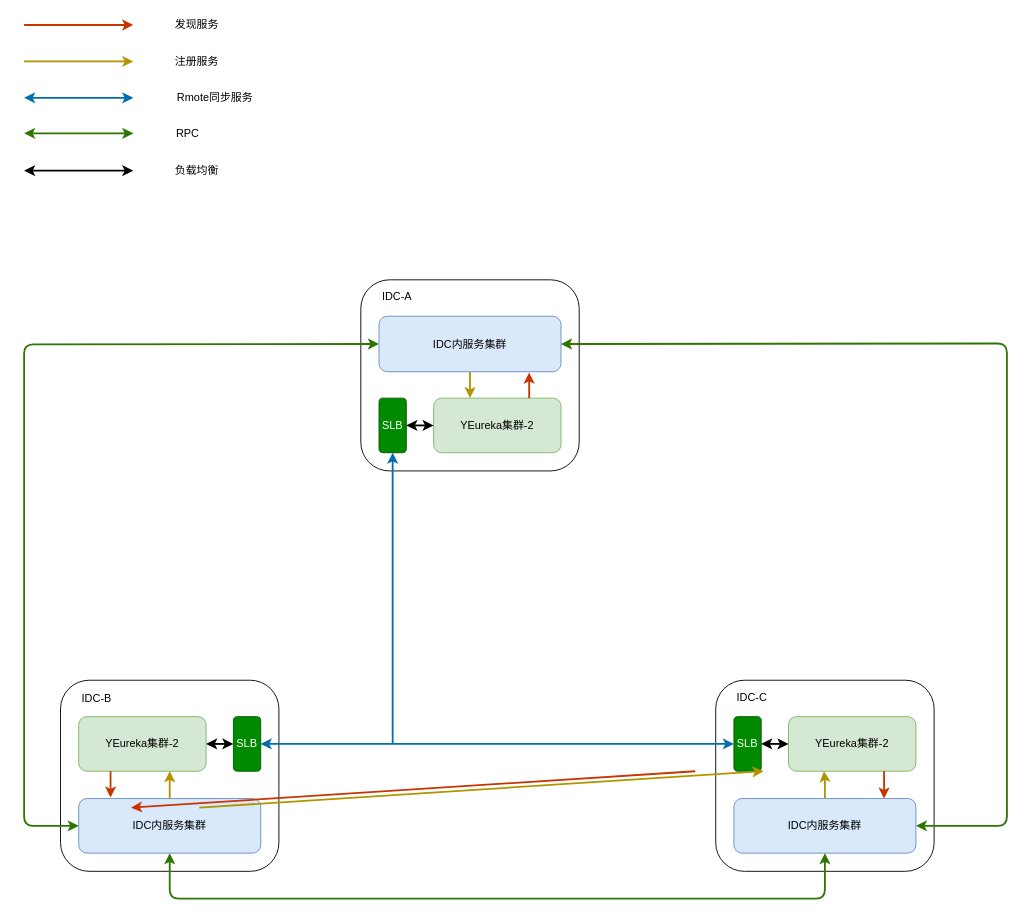
This is 发现服务去中心化拓扑图.drawio from Gred01/study, a draw.io file, before an edit. Source tidied: cells renumbered, new cells numbered last; positions are measured from the earlier drawing's top-left corner, leaving out a move shared by most shapes. Both pictures are drawn from the tidied source at 91%, with x=0, y=0 at pixel (24, 15).
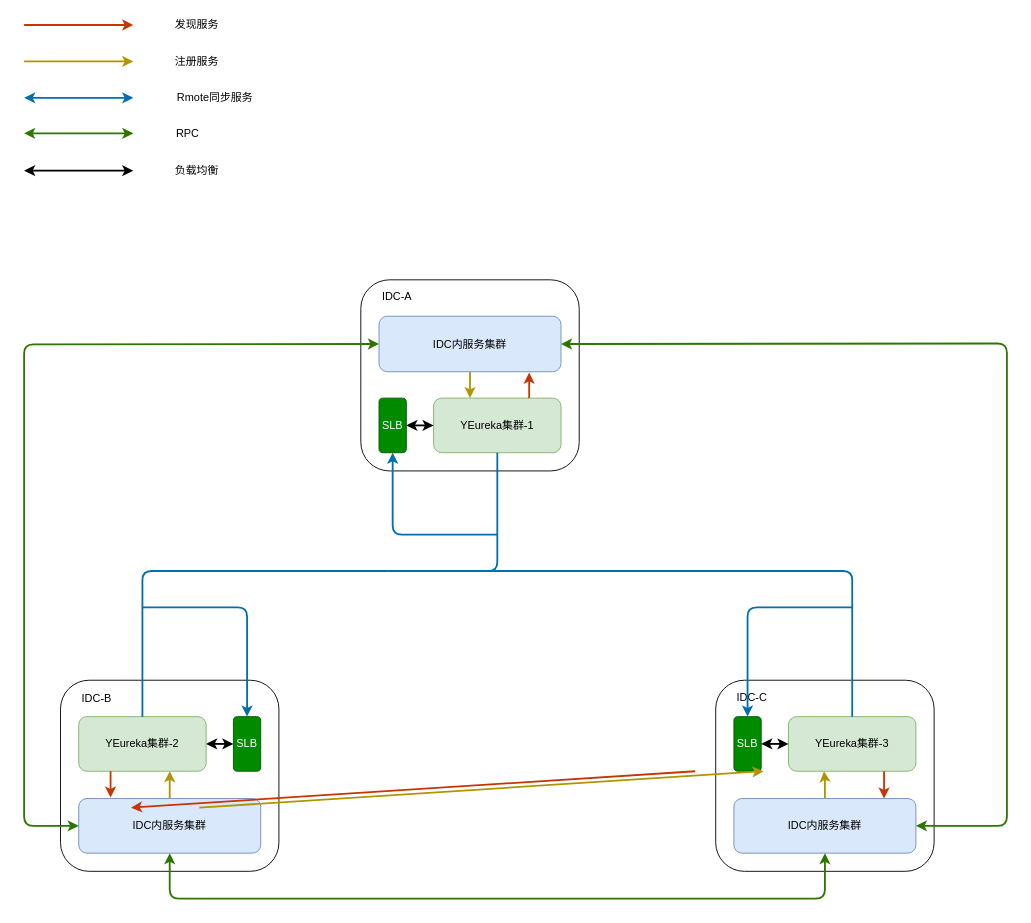
The same diagram, later.

Commit message:
Update 发现服务去中心化拓扑图.drawio

The change refers to these unchanged cells:
```xml
<mxCell id="3" style="group;rotation=0;" parent="1" vertex="1">
  <mxGeometry x="370" y="290" width="240" height="210" as="geometry" />
</mxCell>
<mxCell id="9" value="SLB" style="rounded=1;whiteSpace=wrap;html=1;fillColor=#008a00;strokeColor=#005700;fontColor=#ffffff;rotation=0;" parent="3" vertex="1">
  <mxGeometry x="20" y="130" width="30" height="60" as="geometry" />
</mxCell>
<mxCell id="12" style="group;rotation=0;" parent="1" vertex="1">
  <mxGeometry x="760" y="730" width="240" height="210" as="geometry" />
</mxCell>
<mxCell id="19" value="SLB" style="rounded=1;whiteSpace=wrap;html=1;fillColor=#008a00;strokeColor=#005700;fontColor=#ffffff;rotation=0;" parent="12" vertex="1">
  <mxGeometry x="20" y="40" width="30" height="60" as="geometry" />
</mxCell>
<mxCell id="22" value="YEureka集群-2" style="rounded=1;whiteSpace=wrap;html=1;fillColor=#d5e8d4;strokeColor=#82b366;" parent="1" vertex="1">
  <mxGeometry x="60" y="770" width="140" height="60" as="geometry" />
</mxCell>
<mxCell id="33" value="SLB" style="rounded=1;whiteSpace=wrap;html=1;fillColor=#008a00;strokeColor=#005700;fontColor=#ffffff;" parent="1" vertex="1">
  <mxGeometry x="230" y="770" width="30" height="60" as="geometry" />
</mxCell>
```

What changed in the source:
```diff
@@
-    <mxCell id="5" value="YEureka集群-2" style="rounded=1;whiteSpace=wrap;html=1;fillColor=#d5e8d4;strokeColor=#82b366;rotation=0;" parent="3" vertex="1">
+    <mxCell id="5" value="YEureka集群-1" style="rounded=1;whiteSpace=wrap;html=1;fillColor=#d5e8d4;strokeColor=#82b366;rotation=0;" parent="3" vertex="1">
       <mxGeometry x="80" y="130" width="140" height="60" as="geometry" />
     </mxCell>
@@
+    <mxCell id="48" style="endArrow=classic;html=1;strokeColor=#006EAF;strokeWidth=2;entryX=0.5;entryY=1;entryDx=0;entryDy=0;fillColor=#1ba1e2;" parent="3" edge="1" target="9">
+      <mxGeometry relative="1" as="geometry">
+        <mxPoint x="150" y="280" as="sourcePoint" />
+        <Array as="points">
+          <mxPoint x="35" y="280" />
+        </Array>
+      </mxGeometry>
+    </mxCell>
@@
-    <mxCell id="14" value="YEureka集群-2" style="rounded=1;whiteSpace=wrap;html=1;fillColor=#d5e8d4;strokeColor=#82b366;rotation=0;" parent="12" vertex="1">
+    <mxCell id="14" value="YEureka集群-3" style="rounded=1;whiteSpace=wrap;html=1;fillColor=#d5e8d4;strokeColor=#82b366;rotation=0;" parent="12" vertex="1">
       <mxGeometry x="80" y="40" width="140" height="60" as="geometry" />
     </mxCell>
@@
-    <mxCell id="26" style="endArrow=classic;startArrow=classic;html=1;fillColor=#1ba1e2;strokeColor=#006EAF;strokeWidth=2;entryX=1;entryY=0.5;entryDx=0;entryDy=0;" parent="1" edge="1" source="19" target="33">
-      <mxGeometry relative="1" as="geometry" />
-    </mxCell>
@@
-    <mxCell id="35" style="endArrow=classic;html=1;strokeWidth=2;fillColor=#1ba1e2;strokeColor=#006EAF;" parent="1" edge="1" target="9">
-      <mxGeometry relative="1" as="geometry">
-        <mxPoint x="405" y="800" as="sourcePoint" />
-      </mxGeometry>
-    </mxCell>
@@
+    <mxCell id="49" style="endArrow=none;html=1;strokeColor=#006EAF;strokeWidth=2;entryX=0.5;entryY=1;entryDx=0;entryDy=0;fillColor=#1ba1e2;" parent="1" edge="1" target="5">
+      <mxGeometry relative="1" as="geometry">
+        <mxPoint x="400" y="610" as="sourcePoint" />
+        <Array as="points">
+          <mxPoint x="520" y="610" />
+        </Array>
+      </mxGeometry>
+    </mxCell>
+    <mxCell id="50" style="endArrow=none;html=1;strokeColor=#006EAF;strokeWidth=2;exitX=0.5;exitY=0;exitDx=0;exitDy=0;fillColor=#1ba1e2;" parent="1" edge="1" source="22">
+      <mxGeometry relative="1" as="geometry">
+        <mxPoint x="400" y="610" as="targetPoint" />
+        <Array as="points">
+          <mxPoint x="130" y="650" />
+          <mxPoint x="130" y="610" />
+        </Array>
+      </mxGeometry>
+    </mxCell>
+    <mxCell id="51" style="endArrow=none;html=1;strokeColor=#006EAF;strokeWidth=2;exitX=0.5;exitY=0;exitDx=0;exitDy=0;fillColor=#1ba1e2;" parent="1" edge="1">
+      <mxGeometry relative="1" as="geometry">
+        <mxPoint x="910" y="770" as="sourcePoint" />
+        <mxPoint x="510" y="610" as="targetPoint" />
+        <Array as="points">
+          <mxPoint x="910" y="610" />
+        </Array>
+      </mxGeometry>
+    </mxCell>
+    <mxCell id="52" style="endArrow=classic;html=1;strokeColor=#006EAF;strokeWidth=2;entryX=0.5;entryY=0;entryDx=0;entryDy=0;fillColor=#1ba1e2;" parent="1" edge="1" target="33">
+      <mxGeometry relative="1" as="geometry">
+        <mxPoint x="130" y="650" as="sourcePoint" />
+        <Array as="points">
+          <mxPoint x="245" y="650" />
+        </Array>
+      </mxGeometry>
+    </mxCell>
+    <mxCell id="53" style="endArrow=classic;html=1;strokeColor=#006EAF;strokeWidth=2;entryX=0.5;entryY=0;entryDx=0;entryDy=0;fillColor=#1ba1e2;" parent="1" edge="1" target="19">
+      <mxGeometry relative="1" as="geometry">
+        <mxPoint x="910" y="650" as="sourcePoint" />
+        <Array as="points">
+          <mxPoint x="795" y="650" />
+        </Array>
+      </mxGeometry>
+    </mxCell>
```
